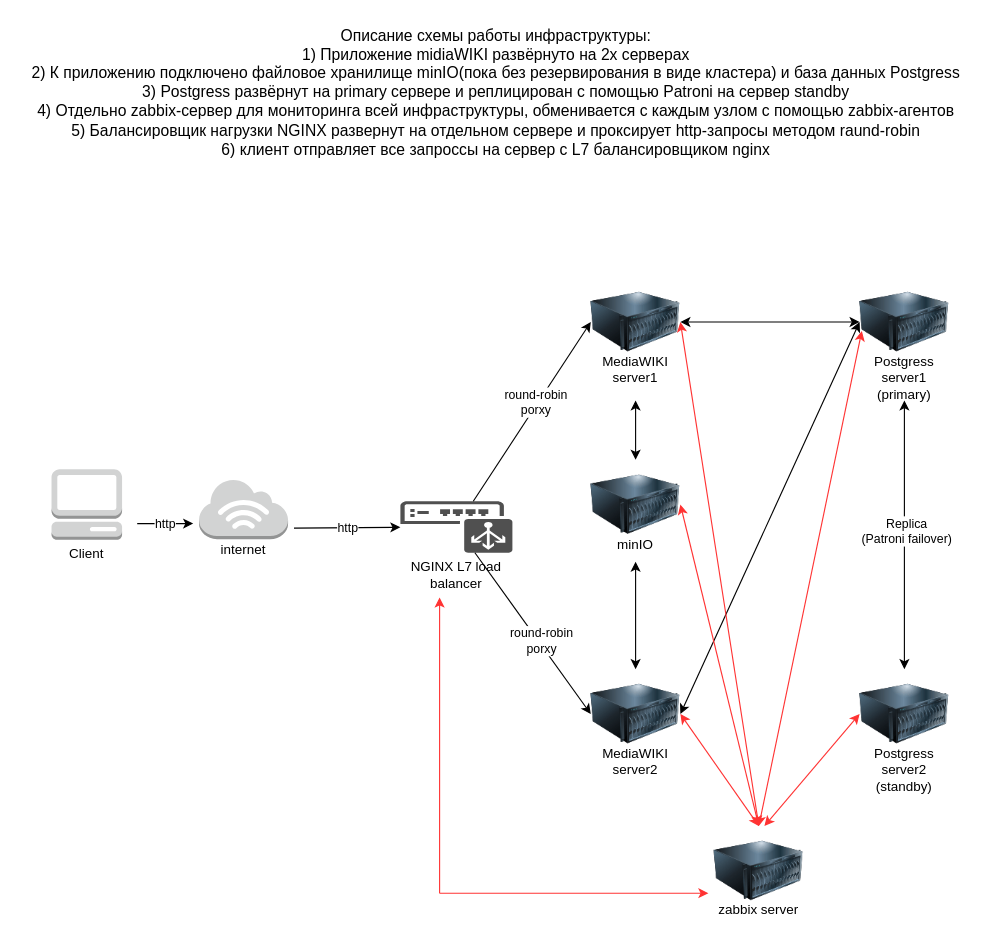
Earlier version of the draw.io diagram yadip.drawio (dreamfall86/yadiplom). Source tidied: cells renumbered, new cells numbered last; positions are measured from the earlier drawing's top-left corner, leaving out a move shared by most shapes. Both pictures are drawn from the tidied source at 112%, with x=0, y=0 at pixel (19, 19).
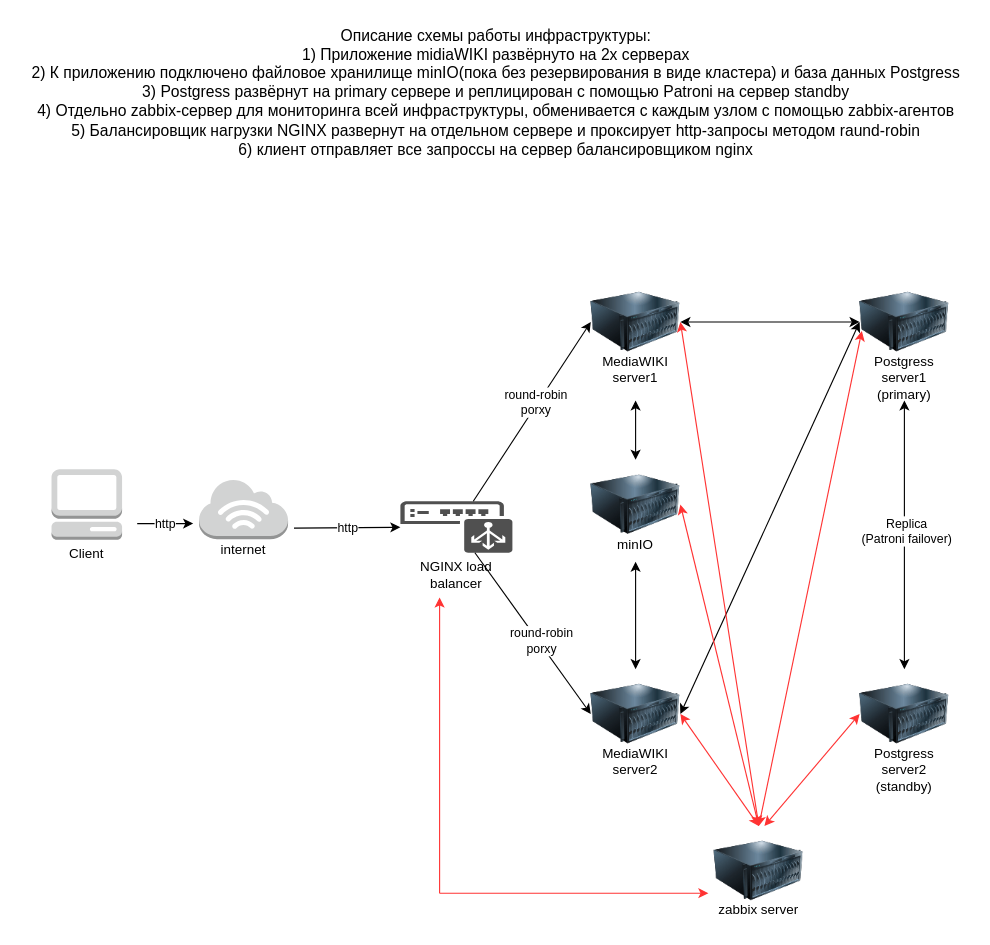
After the change.

Diff of the diagram source:
```diff
@@
-    <mxCell id="13" value="&lt;div&gt;NGINX L7 load balancer&lt;/div&gt;" style="text;strokeColor=none;align=center;fillColor=none;html=1;verticalAlign=middle;whiteSpace=wrap;rounded=0;" parent="1" vertex="1">
+    <mxCell id="13" value="&lt;div&gt;NGINX load balancer&lt;/div&gt;" style="text;strokeColor=none;align=center;fillColor=none;html=1;verticalAlign=middle;whiteSpace=wrap;rounded=0;" parent="1" vertex="1">
       <mxGeometry x="345" y="476" width="90" height="40" as="geometry" />
     </mxCell>
@@
-    <mxCell id="39" value="&lt;font style=&quot;font-size: 14px;&quot;&gt;Описание схемы работы инфраструктуры:&lt;br&gt;1) Приложение midiaWIKI развёрнуто на 2х серверах&lt;/font&gt;&lt;div&gt;&lt;font style=&quot;font-size: 14px;&quot;&gt;2) К приложению подключено файловое хранилище minIO(пока без резервирования в виде кластера) и база данных Postgress&lt;br&gt;3) Postgress развёрнут на primary сервере и реплицирован с помощью Patroni на сервер standby&lt;br&gt;4) Отдельно zabbix-сервер для мониторинга всей инфраструктуры, обменивается с каждым узлом с помощью zabbix-агентов&lt;br&gt;5) Балансировщик нагрузки NGINX развернут на отдельном сервере и проксирует http-запросы методом raund-robin&lt;br&gt;6) клиент отправляет все запроссы на сервер с L7 балансировщиком nginx&lt;/font&gt;&lt;/div&gt;" style="text;html=1;align=center;verticalAlign=middle;strokeColor=none;fillColor=none;" parent="1" vertex="1">
+    <mxCell id="39" value="&lt;font style=&quot;font-size: 14px;&quot;&gt;Описание схемы работы инфраструктуры:&lt;br&gt;1) Приложение midiaWIKI развёрнуто на 2х серверах&lt;/font&gt;&lt;div&gt;&lt;font style=&quot;font-size: 14px;&quot;&gt;2) К приложению подключено файловое хранилище minIO(пока без резервирования в виде кластера) и база данных Postgress&lt;br&gt;3) Postgress развёрнут на primary сервере и реплицирован с помощью Patroni на сервер standby&lt;br&gt;4) Отдельно zabbix-сервер для мониторинга всей инфраструктуры, обменивается с каждым узлом с помощью zabbix-агентов&lt;br&gt;5) Балансировщик нагрузки NGINX развернут на отдельном сервере и проксирует http-запросы методом raund-robin&lt;br&gt;6) клиент отправляет все запроссы на сервер балансировщиком nginx&lt;/font&gt;&lt;/div&gt;" style="text;html=1;align=center;verticalAlign=middle;strokeColor=none;fillColor=none;" parent="1" vertex="1">
       <mxGeometry width="850" height="130" as="geometry" />
     </mxCell>
```
